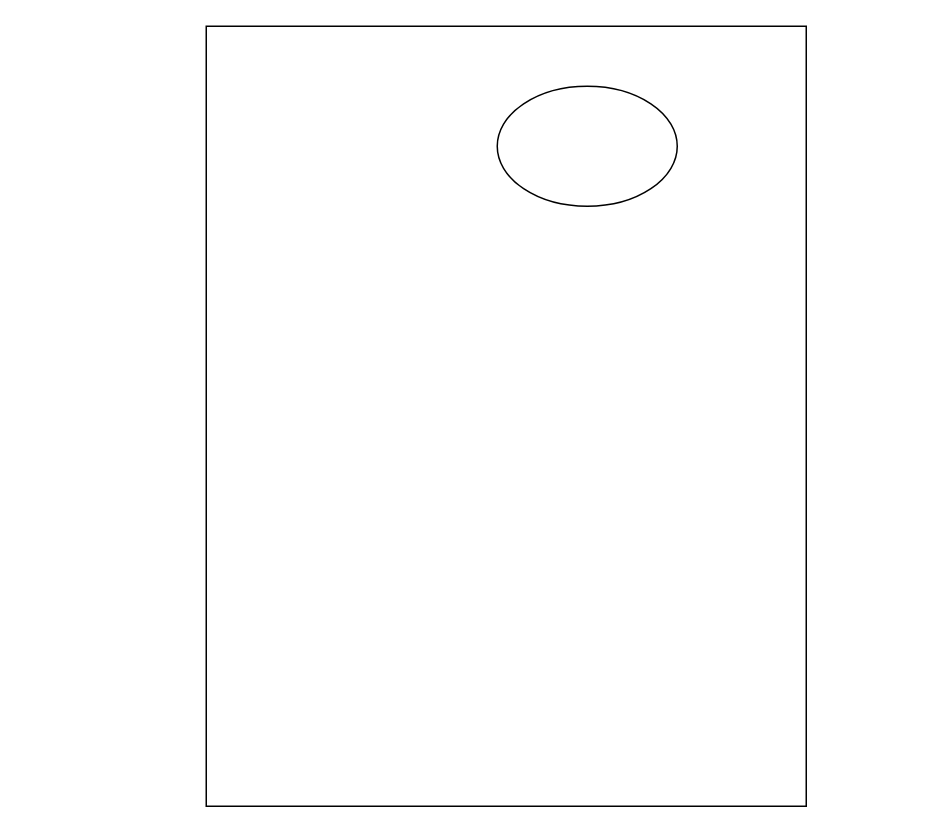
This is devolução.drawio from Mendeiros/SAModelagemDeSistemas, a draw.io file, before an edit. Source tidied: cells renumbered, new cells numbered last; positions are measured from the earlier drawing's top-left corner, leaving out a move shared by most shapes. Both pictures are drawn from the tidied source at 150%, with x=0, y=0 at pixel (206, 26).
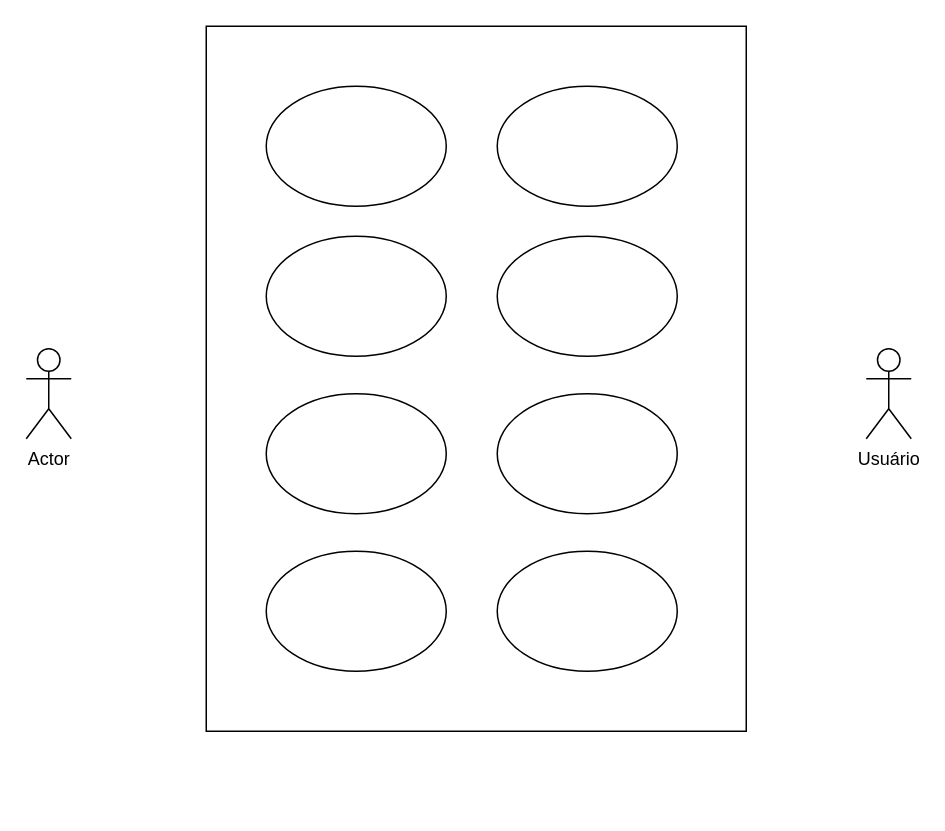
The same diagram, later.

Change to the diagram source:
```diff
@@
 <mxGraphModel>
   <root>
     <mxCell id="0" />
     <mxCell id="1" parent="0" />
     <mxCell id="2" style="rounded=0;whiteSpace=wrap;html=1;" parent="1" vertex="1">
-      <mxGeometry width="400" height="520" as="geometry" />
+      <mxGeometry width="360" height="470" as="geometry" />
     </mxCell>
     <mxCell id="3" style="ellipse;whiteSpace=wrap;html=1;" parent="1" vertex="1">
       <mxGeometry x="194" y="40" width="120" height="80" as="geometry" />
     </mxCell>
+    <mxCell id="4" style="ellipse;whiteSpace=wrap;html=1;" parent="1" vertex="1">
+      <mxGeometry x="194" y="140" width="120" height="80" as="geometry" />
+    </mxCell>
+    <mxCell id="5" style="ellipse;whiteSpace=wrap;html=1;" parent="1" vertex="1">
+      <mxGeometry x="194" y="245" width="120" height="80" as="geometry" />
+    </mxCell>
+    <mxCell id="6" style="ellipse;whiteSpace=wrap;html=1;" parent="1" vertex="1">
+      <mxGeometry x="194" y="350" width="120" height="80" as="geometry" />
+    </mxCell>
+    <mxCell id="7" style="ellipse;whiteSpace=wrap;html=1;" parent="1" vertex="1">
+      <mxGeometry x="40" y="140" width="120" height="80" as="geometry" />
+    </mxCell>
+    <mxCell id="8" style="ellipse;whiteSpace=wrap;html=1;" parent="1" vertex="1">
+      <mxGeometry x="40" y="40" width="120" height="80" as="geometry" />
+    </mxCell>
+    <mxCell id="9" style="ellipse;whiteSpace=wrap;html=1;" parent="1" vertex="1">
+      <mxGeometry x="40" y="245" width="120" height="80" as="geometry" />
+    </mxCell>
+    <mxCell id="10" style="ellipse;whiteSpace=wrap;html=1;" parent="1" vertex="1">
+      <mxGeometry x="40" y="350" width="120" height="80" as="geometry" />
+    </mxCell>
+    <mxCell id="11" value="Usuário" style="shape=umlActor;verticalLabelPosition=bottom;verticalAlign=top;html=1;" parent="1" vertex="1">
+      <mxGeometry x="440" y="215" width="30" height="60" as="geometry" />
+    </mxCell>
+    <mxCell id="12" value="Actor" style="shape=umlActor;verticalLabelPosition=bottom;verticalAlign=top;html=1;" parent="1" vertex="1">
+      <mxGeometry x="-120" y="215" width="30" height="60" as="geometry" />
+    </mxCell>
   </root>
 </mxGraphModel>
```
